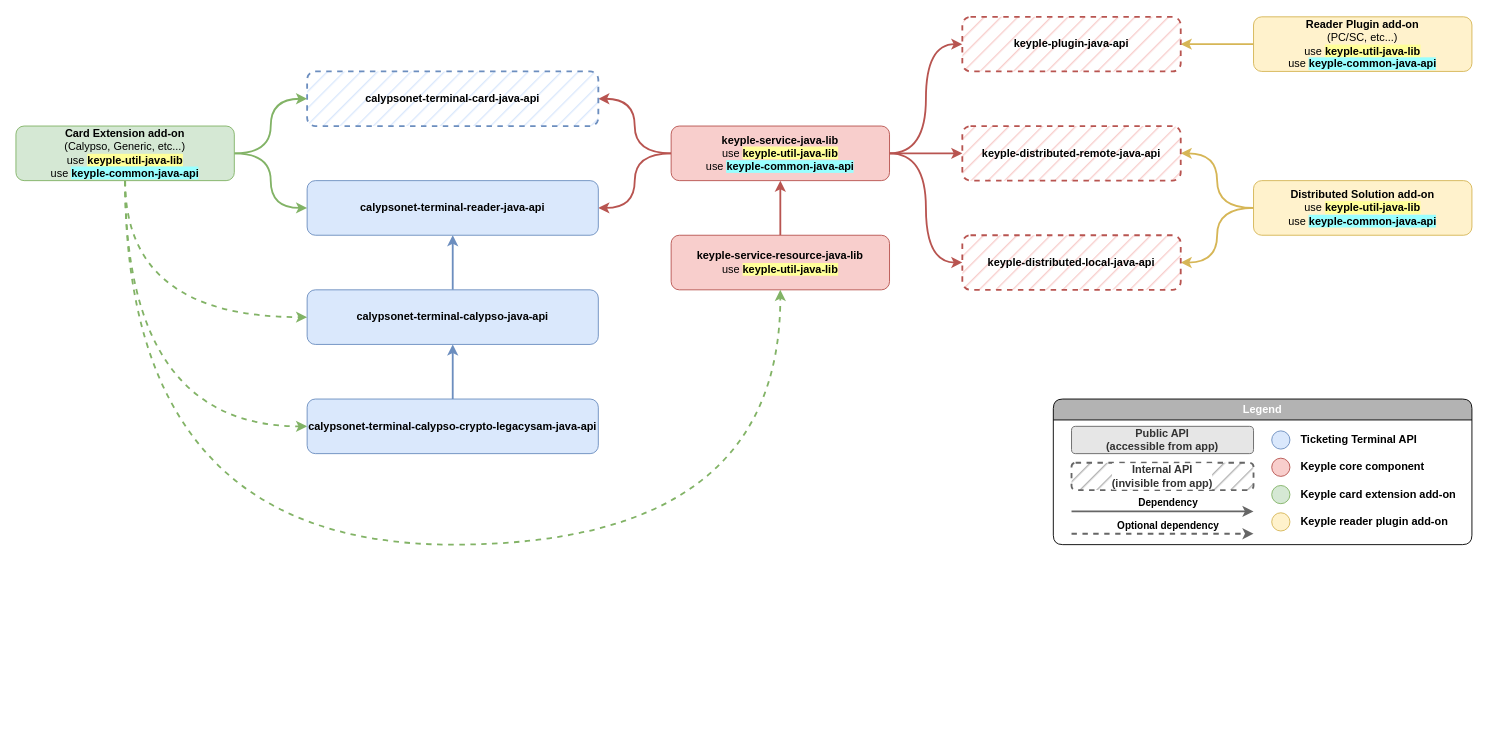
Above: static/media/learn/developer-guide/component-dependencies/component_dependencies_overview.drawio in eclipse-keyple/keyple-website (draw.io), before the change. Source tidied: cells renumbered, new cells numbered last; positions are measured from the earlier drawing's top-left corner, leaving out a move shared by most shapes. Both pictures are drawn from the tidied source at 91%, with x=0, y=0 at pixel (15, 16).
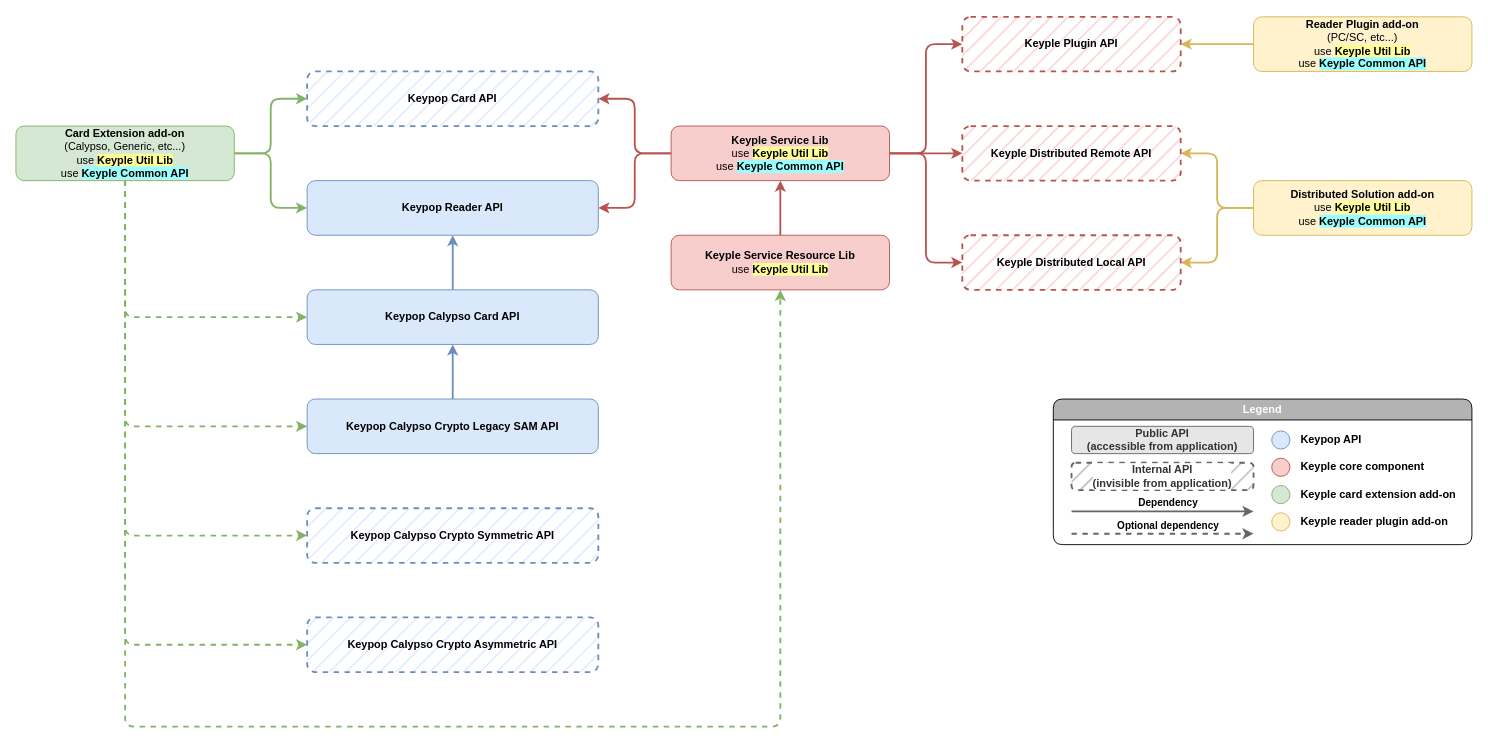
After the change.

The change refers to these unchanged cells:
```xml
<mxCell id="18" value="Legend" style="swimlane;whiteSpace=wrap;html=1;shadow=0;glass=0;labelBackgroundColor=#B3B3B3;fillStyle=auto;strokeWidth=1;fillColor=#B3B3B3;gradientColor=none;rounded=1;swimlaneFillColor=none;swimlaneLine=1;fontColor=#FFFFFF;" parent="1" vertex="1">
  <mxGeometry x="1140" y="420" width="460" height="160" as="geometry" />
</mxCell>
```

Diff of the diagram source:
```diff
@@
-    <mxCell id="3" value="&lt;b&gt;Reader Plugin add-on&lt;/b&gt;&lt;br&gt;(PC/SC, etc...)&lt;br&gt;use &lt;b style=&quot;background-color: rgb(255, 255, 153);&quot;&gt;keyple-util-java-lib&lt;/b&gt;&lt;br&gt;use &lt;b style=&quot;background-color: rgb(153, 255, 255);&quot;&gt;keyple-common-java-api&lt;/b&gt;" style="rounded=1;whiteSpace=wrap;html=1;fillColor=#fff2cc;strokeColor=#d6b656;fontStyle=0;" parent="1" vertex="1">
+    <mxCell id="3" value="&lt;b&gt;Reader Plugin add-on&lt;/b&gt;&lt;br&gt;(PC/SC, etc...)&lt;br&gt;use&amp;nbsp;&lt;b style=&quot;border-color: var(--border-color); background-color: rgb(255, 255, 153);&quot;&gt;Keyple Util Lib&lt;/b&gt;&lt;br&gt;use &lt;b style=&quot;background-color: rgb(153, 255, 255);&quot;&gt;Keyple Common API&lt;/b&gt;" style="rounded=1;whiteSpace=wrap;html=1;fillColor=#fff2cc;strokeColor=#d6b656;fontStyle=0;" parent="1" vertex="1">
       <mxGeometry x="1360" width="240" height="60" as="geometry" />
     </mxCell>
@@
-    <mxCell id="5" value="&lt;b&gt;keyple-service-resource-java-lib&lt;/b&gt;&lt;br&gt;use &lt;b style=&quot;background-color: rgb(255, 255, 153);&quot;&gt;keyple-util-java-lib&lt;/b&gt;" style="rounded=1;whiteSpace=wrap;html=1;fillColor=#f8cecc;strokeColor=#b85450;fontStyle=0;" parent="1" vertex="1">
+    <mxCell id="5" value="&lt;b&gt;Keyple Service Resource Lib&lt;/b&gt;&lt;br&gt;use&amp;nbsp;&lt;b style=&quot;border-color: var(--border-color); background-color: rgb(255, 255, 153);&quot;&gt;Keyple Util Lib&lt;/b&gt;" style="rounded=1;whiteSpace=wrap;html=1;fillColor=#f8cecc;strokeColor=#b85450;fontStyle=0;" parent="1" vertex="1">
       <mxGeometry x="720" y="240" width="240" height="60" as="geometry" />
     </mxCell>
-    <mxCell id="6" style="edgeStyle=orthogonalEdgeStyle;curved=1;jettySize=auto;html=1;exitX=1;exitY=0.5;exitDx=0;exitDy=0;entryX=0;entryY=0.5;entryDx=0;entryDy=0;strokeWidth=2;fillColor=#f8cecc;strokeColor=#b85450;" parent="1" edge="1" source="11" target="15">
+    <mxCell id="6" style="edgeStyle=orthogonalEdgeStyle;jettySize=auto;html=1;exitX=1;exitY=0.5;exitDx=0;exitDy=0;entryX=0;entryY=0.5;entryDx=0;entryDy=0;strokeWidth=2;fillColor=#f8cecc;strokeColor=#b85450;rounded=1;" parent="1" edge="1" source="11" target="15">
       <mxGeometry relative="1" as="geometry" />
     </mxCell>
@@
-    <mxCell id="8" style="edgeStyle=orthogonalEdgeStyle;curved=1;jettySize=auto;html=1;exitX=1;exitY=0.5;exitDx=0;exitDy=0;entryX=0;entryY=0.5;entryDx=0;entryDy=0;strokeWidth=2;fillColor=#f8cecc;strokeColor=#b85450;" parent="1" edge="1" source="11" target="17">
+    <mxCell id="8" style="edgeStyle=orthogonalEdgeStyle;jettySize=auto;html=1;exitX=1;exitY=0.5;exitDx=0;exitDy=0;entryX=0;entryY=0.5;entryDx=0;entryDy=0;strokeWidth=2;fillColor=#f8cecc;strokeColor=#b85450;rounded=1;" parent="1" edge="1" source="11" target="17">
       <mxGeometry relative="1" as="geometry" />
     </mxCell>
-    <mxCell id="9" style="edgeStyle=orthogonalEdgeStyle;curved=1;jettySize=auto;html=1;exitX=0;exitY=0.5;exitDx=0;exitDy=0;entryX=1;entryY=0.5;entryDx=0;entryDy=0;strokeWidth=2;fillColor=#f8cecc;strokeColor=#b85450;" parent="1" edge="1" source="11" target="38">
+    <mxCell id="9" style="edgeStyle=orthogonalEdgeStyle;jettySize=auto;html=1;exitX=0;exitY=0.5;exitDx=0;exitDy=0;entryX=1;entryY=0.5;entryDx=0;entryDy=0;strokeWidth=2;fillColor=#f8cecc;strokeColor=#b85450;rounded=1;" parent="1" edge="1" source="11" target="38">
       <mxGeometry relative="1" as="geometry" />
     </mxCell>
-    <mxCell id="10" style="edgeStyle=orthogonalEdgeStyle;curved=1;jettySize=auto;html=1;exitX=0;exitY=0.5;exitDx=0;exitDy=0;entryX=1;entryY=0.5;entryDx=0;entryDy=0;strokeWidth=2;fillColor=#f8cecc;strokeColor=#b85450;" parent="1" edge="1" source="11" target="37">
+    <mxCell id="10" style="edgeStyle=orthogonalEdgeStyle;jettySize=auto;html=1;exitX=0;exitY=0.5;exitDx=0;exitDy=0;entryX=1;entryY=0.5;entryDx=0;entryDy=0;strokeWidth=2;fillColor=#f8cecc;strokeColor=#b85450;rounded=1;" parent="1" edge="1" source="11" target="37">
       <mxGeometry relative="1" as="geometry" />
     </mxCell>
-    <mxCell id="11" value="&lt;b&gt;keyple-service-java-lib&lt;/b&gt;&lt;br&gt;use &lt;b style=&quot;background-color: rgb(255, 255, 153);&quot;&gt;keyple-util-java-lib&lt;/b&gt;&lt;br&gt;use &lt;b style=&quot;background-color: rgb(153, 255, 255);&quot;&gt;keyple-common-java-api&lt;/b&gt;" style="rounded=1;whiteSpace=wrap;html=1;fillColor=#f8cecc;strokeColor=#b85450;fontStyle=0;" parent="1" vertex="1">
+    <mxCell id="11" value="&lt;b&gt;Keyple Service Lib&lt;/b&gt;&lt;br&gt;use&amp;nbsp;&lt;b style=&quot;border-color: var(--border-color); background-color: rgb(255, 255, 153);&quot;&gt;Keyple Util Lib&lt;/b&gt;&lt;br&gt;use &lt;b style=&quot;background-color: rgb(153, 255, 255);&quot;&gt;Keyple Common API&lt;/b&gt;" style="rounded=1;whiteSpace=wrap;html=1;fillColor=#f8cecc;strokeColor=#b85450;fontStyle=0;" parent="1" vertex="1">
       <mxGeometry x="720" y="120" width="240" height="60" as="geometry" />
     </mxCell>
-    <mxCell id="12" style="edgeStyle=orthogonalEdgeStyle;curved=1;jettySize=auto;html=1;exitX=0;exitY=0.5;exitDx=0;exitDy=0;entryX=1;entryY=0.5;entryDx=0;entryDy=0;strokeWidth=2;fillColor=#fff2cc;strokeColor=#d6b656;" parent="1" edge="1" source="14" target="16">
+    <mxCell id="12" style="edgeStyle=orthogonalEdgeStyle;jettySize=auto;html=1;exitX=0;exitY=0.5;exitDx=0;exitDy=0;entryX=1;entryY=0.5;entryDx=0;entryDy=0;strokeWidth=2;fillColor=#fff2cc;strokeColor=#d6b656;rounded=1;" parent="1" edge="1" source="14" target="16">
       <mxGeometry relative="1" as="geometry" />
     </mxCell>
-    <mxCell id="13" style="edgeStyle=orthogonalEdgeStyle;jettySize=auto;html=1;exitX=0;exitY=0.5;exitDx=0;exitDy=0;entryX=1;entryY=0.5;entryDx=0;entryDy=0;curved=1;fillColor=#fff2cc;strokeColor=#d6b656;strokeWidth=2;" parent="1" edge="1" source="14" target="17">
+    <mxCell id="13" style="edgeStyle=orthogonalEdgeStyle;jettySize=auto;html=1;exitX=0;exitY=0.5;exitDx=0;exitDy=0;entryX=1;entryY=0.5;entryDx=0;entryDy=0;fillColor=#fff2cc;strokeColor=#d6b656;strokeWidth=2;rounded=1;" parent="1" edge="1" source="14" target="17">
       <mxGeometry relative="1" as="geometry" />
     </mxCell>
-    <mxCell id="14" value="&lt;b&gt;Distributed Solution add-on&lt;/b&gt;&lt;br&gt;use &lt;b style=&quot;background-color: rgb(255, 255, 153);&quot;&gt;keyple-util-java-lib&lt;/b&gt;&lt;br&gt;use &lt;b style=&quot;background-color: rgb(153, 255, 255);&quot;&gt;keyple-common-java-api&lt;/b&gt;" style="rounded=1;whiteSpace=wrap;html=1;fillColor=#fff2cc;strokeColor=#d6b656;fontStyle=0;" parent="1" vertex="1">
+    <mxCell id="14" value="&lt;b&gt;Distributed Solution add-on&lt;/b&gt;&lt;br&gt;use&amp;nbsp;&lt;b style=&quot;border-color: var(--border-color); background-color: rgb(255, 255, 153);&quot;&gt;Keyple Util Lib&lt;/b&gt;&lt;br&gt;use &lt;b style=&quot;background-color: rgb(153, 255, 255);&quot;&gt;Keyple Common API&lt;/b&gt;" style="rounded=1;whiteSpace=wrap;html=1;fillColor=#fff2cc;strokeColor=#d6b656;fontStyle=0;" parent="1" vertex="1">
       <mxGeometry x="1360" y="180" width="240" height="60" as="geometry" />
     </mxCell>
-    <mxCell id="15" value="keyple-plugin-java-api" style="rounded=1;whiteSpace=wrap;html=1;fillColor=#f8cecc;strokeColor=#b85450;fontStyle=1;dashed=1;fillStyle=hatch;glass=0;shadow=0;perimeterSpacing=0;strokeWidth=2;" parent="1" vertex="1">
+    <mxCell id="15" value="Keyple Plugin API" style="rounded=1;whiteSpace=wrap;html=1;fillColor=#f8cecc;strokeColor=#b85450;fontStyle=1;dashed=1;fillStyle=hatch;glass=0;shadow=0;perimeterSpacing=0;strokeWidth=2;" parent="1" vertex="1">
       <mxGeometry x="1040" width="240" height="60" as="geometry" />
     </mxCell>
-    <mxCell id="16" value="keyple-distributed-remote-java-api" style="rounded=1;whiteSpace=wrap;html=1;fillColor=#f8cecc;strokeColor=#b85450;fontStyle=1;dashed=1;strokeWidth=2;fillStyle=hatch;" parent="1" vertex="1">
+    <mxCell id="16" value="Keyple Distributed Remote API" style="rounded=1;whiteSpace=wrap;html=1;fillColor=#f8cecc;strokeColor=#b85450;fontStyle=1;dashed=1;strokeWidth=2;fillStyle=hatch;" parent="1" vertex="1">
       <mxGeometry x="1040" y="120" width="240" height="60" as="geometry" />
     </mxCell>
-    <mxCell id="17" value="keyple-distributed-local-java-api" style="rounded=1;whiteSpace=wrap;html=1;fillColor=#f8cecc;strokeColor=#b85450;fontStyle=1;dashed=1;strokeWidth=2;fillStyle=hatch;" parent="1" vertex="1">
+    <mxCell id="17" value="Keyple Distributed Local API" style="rounded=1;whiteSpace=wrap;html=1;fillColor=#f8cecc;strokeColor=#b85450;fontStyle=1;dashed=1;strokeWidth=2;fillStyle=hatch;" parent="1" vertex="1">
       <mxGeometry x="1040" y="240" width="240" height="60" as="geometry" />
     </mxCell>
@@
-    <mxCell id="21" value="Public API&lt;br&gt;(accessible from app)" style="rounded=1;whiteSpace=wrap;html=1;fillColor=#E6E6E6;strokeColor=#666666;fontStyle=1;strokeWidth=1;fillStyle=auto;fontColor=#333333;gradientColor=none;labelBackgroundColor=none;" parent="18" vertex="1">
+    <mxCell id="21" value="Public API&lt;br&gt;(accessible from application)" style="rounded=1;whiteSpace=wrap;html=1;fillColor=#E6E6E6;strokeColor=#666666;fontStyle=1;strokeWidth=1;fillStyle=auto;fontColor=#333333;gradientColor=none;labelBackgroundColor=none;" parent="18" vertex="1">
       <mxGeometry x="20" y="30" width="200" height="30" as="geometry" />
     </mxCell>
-    <mxCell id="22" value="Internal API&lt;br&gt;(invisible from app)" style="rounded=1;whiteSpace=wrap;html=1;fillColor=#B3B3B3;strokeColor=#666666;fontStyle=1;strokeWidth=2;fillStyle=hatch;fontColor=#333333;gradientColor=none;dashed=1;labelBackgroundColor=default;" parent="18" vertex="1">
+    <mxCell id="22" value="Internal API&lt;br&gt;(invisible from application)" style="rounded=1;whiteSpace=wrap;html=1;fillColor=#B3B3B3;strokeColor=#666666;fontStyle=1;strokeWidth=2;fillStyle=hatch;fontColor=#333333;gradientColor=none;dashed=1;labelBackgroundColor=default;" parent="18" vertex="1">
       <mxGeometry x="20" y="70" width="200" height="30" as="geometry" />
     </mxCell>
@@
-    <mxCell id="24" value="Ticketing Terminal API" style="text;html=1;strokeColor=none;fillColor=none;align=left;verticalAlign=middle;whiteSpace=wrap;rounded=0;strokeWidth=1;fontStyle=1;" parent="18" vertex="1">
+    <mxCell id="24" value="Keypop API" style="text;html=1;strokeColor=none;fillColor=none;align=left;verticalAlign=middle;whiteSpace=wrap;rounded=0;strokeWidth=1;fontStyle=1;" parent="18" vertex="1">
       <mxGeometry x="270" y="30" width="180" height="30" as="geometry" />
     </mxCell>
@@
-    <mxCell id="34" value="calypsonet-terminal-calypso-crypto-legacysam-java-api" style="rounded=1;whiteSpace=wrap;html=1;fillColor=#dae8fc;strokeColor=#6c8ebf;fontStyle=1;" parent="1" vertex="1">
+    <mxCell id="34" value="Keypop Calypso Crypto Legacy SAM API" style="rounded=1;whiteSpace=wrap;html=1;fillColor=#dae8fc;strokeColor=#6c8ebf;fontStyle=1;" parent="1" vertex="1">
       <mxGeometry x="320" y="420" width="320" height="60" as="geometry" />
     </mxCell>
@@
-    <mxCell id="36" value="calypsonet-terminal-calypso-java-api" style="rounded=1;whiteSpace=wrap;html=1;fillColor=#dae8fc;strokeColor=#6c8ebf;fontStyle=1;" parent="1" vertex="1">
+    <mxCell id="36" value="Keypop Calypso Card API" style="rounded=1;whiteSpace=wrap;html=1;fillColor=#dae8fc;strokeColor=#6c8ebf;fontStyle=1;" parent="1" vertex="1">
       <mxGeometry x="320" y="300" width="320" height="60" as="geometry" />
     </mxCell>
-    <mxCell id="37" value="calypsonet-terminal-reader-java-api" style="rounded=1;whiteSpace=wrap;html=1;fillColor=#dae8fc;strokeColor=#6c8ebf;fontStyle=1;" parent="1" vertex="1">
+    <mxCell id="37" value="Keypop Reader API" style="rounded=1;whiteSpace=wrap;html=1;fillColor=#dae8fc;strokeColor=#6c8ebf;fontStyle=1;" parent="1" vertex="1">
       <mxGeometry x="320" y="180" width="320" height="60" as="geometry" />
     </mxCell>
-    <mxCell id="38" value="calypsonet-terminal-card-java-api" style="rounded=1;whiteSpace=wrap;html=1;fillColor=#dae8fc;strokeColor=#6c8ebf;fontStyle=1;dashed=1;fillStyle=hatch;gradientColor=none;strokeWidth=2;" parent="1" vertex="1">
+    <mxCell id="38" value="Keypop Card API" style="rounded=1;whiteSpace=wrap;html=1;fillColor=#dae8fc;strokeColor=#6c8ebf;fontStyle=1;dashed=1;fillStyle=hatch;gradientColor=none;strokeWidth=2;" parent="1" vertex="1">
       <mxGeometry x="320" y="60" width="320" height="60" as="geometry" />
     </mxCell>
-    <mxCell id="39" style="edgeStyle=orthogonalEdgeStyle;curved=1;jettySize=auto;html=1;exitX=1;exitY=0.5;exitDx=0;exitDy=0;entryX=0;entryY=0.5;entryDx=0;entryDy=0;strokeWidth=2;fillColor=#d5e8d4;strokeColor=#82b366;" parent="1" edge="1" source="44" target="38">
+    <mxCell id="39" style="edgeStyle=orthogonalEdgeStyle;jettySize=auto;html=1;exitX=1;exitY=0.5;exitDx=0;exitDy=0;entryX=0;entryY=0.5;entryDx=0;entryDy=0;strokeWidth=2;fillColor=#d5e8d4;strokeColor=#82b366;rounded=1;" parent="1" edge="1" source="44" target="38">
       <mxGeometry relative="1" as="geometry" />
     </mxCell>
-    <mxCell id="40" style="edgeStyle=orthogonalEdgeStyle;curved=1;jettySize=auto;html=1;exitX=1;exitY=0.5;exitDx=0;exitDy=0;entryX=0;entryY=0.5;entryDx=0;entryDy=0;strokeWidth=2;fillColor=#d5e8d4;strokeColor=#82b366;" parent="1" edge="1" source="44" target="37">
+    <mxCell id="40" style="edgeStyle=orthogonalEdgeStyle;jettySize=auto;html=1;exitX=1;exitY=0.5;exitDx=0;exitDy=0;entryX=0;entryY=0.5;entryDx=0;entryDy=0;strokeWidth=2;fillColor=#d5e8d4;strokeColor=#82b366;rounded=1;" parent="1" edge="1" source="44" target="37">
       <mxGeometry relative="1" as="geometry" />
     </mxCell>
-    <mxCell id="41" style="edgeStyle=orthogonalEdgeStyle;curved=1;jettySize=auto;html=1;exitX=0.5;exitY=1;exitDx=0;exitDy=0;entryX=0;entryY=0.5;entryDx=0;entryDy=0;strokeWidth=2;fillColor=#d5e8d4;strokeColor=#82b366;dashed=1;" parent="1" edge="1" source="44" target="36">
+    <mxCell id="41" style="edgeStyle=orthogonalEdgeStyle;jettySize=auto;html=1;exitX=0.5;exitY=1;exitDx=0;exitDy=0;entryX=0;entryY=0.5;entryDx=0;entryDy=0;strokeWidth=2;fillColor=#d5e8d4;strokeColor=#82b366;dashed=1;rounded=1;" parent="1" edge="1" source="44" target="36">
       <mxGeometry relative="1" as="geometry" />
     </mxCell>
-    <mxCell id="42" style="edgeStyle=orthogonalEdgeStyle;curved=1;jettySize=auto;html=1;exitX=0.5;exitY=1;exitDx=0;exitDy=0;entryX=0;entryY=0.5;entryDx=0;entryDy=0;dashed=1;strokeWidth=2;fillColor=#d5e8d4;strokeColor=#82b366;" parent="1" edge="1" source="44" target="34">
+    <mxCell id="42" style="edgeStyle=orthogonalEdgeStyle;jettySize=auto;html=1;exitX=0.5;exitY=1;exitDx=0;exitDy=0;entryX=0;entryY=0.5;entryDx=0;entryDy=0;dashed=1;strokeWidth=2;fillColor=#d5e8d4;strokeColor=#82b366;rounded=1;" parent="1" edge="1" source="44" target="34">
       <mxGeometry relative="1" as="geometry" />
     </mxCell>
-    <mxCell id="43" style="edgeStyle=orthogonalEdgeStyle;curved=1;jettySize=auto;html=1;exitX=0.5;exitY=1;exitDx=0;exitDy=0;entryX=0.5;entryY=1;entryDx=0;entryDy=0;dashed=1;strokeWidth=2;fillColor=#d5e8d4;strokeColor=#82b366;" parent="1" edge="1" source="44" target="5">
+    <mxCell id="43" style="edgeStyle=orthogonalEdgeStyle;jettySize=auto;html=1;exitX=0.5;exitY=1;exitDx=0;exitDy=0;entryX=0.5;entryY=1;entryDx=0;entryDy=0;dashed=1;strokeWidth=2;fillColor=#d5e8d4;strokeColor=#82b366;rounded=1;" parent="1" edge="1" source="44" target="5">
       <mxGeometry relative="1" as="geometry">
         <Array as="points">
-          <mxPoint x="120" y="580" />
-          <mxPoint x="840" y="580" />
+          <mxPoint x="120" y="780" />
+          <mxPoint x="840" y="780" />
         </Array>
       </mxGeometry>
     </mxCell>
-    <mxCell id="44" value="&lt;b&gt;Card Extension add-on&lt;/b&gt;&lt;br&gt;(Calypso, Generic, etc...)&lt;br&gt;use &lt;b style=&quot;background-color: rgb(255, 255, 153);&quot;&gt;keyple-util-java-lib&lt;/b&gt;&lt;br&gt;use &lt;b style=&quot;background-color: rgb(153, 255, 255);&quot;&gt;keyple-common-java-api&lt;/b&gt;" style="rounded=1;whiteSpace=wrap;html=1;fillColor=#d5e8d4;strokeColor=#82b366;fontStyle=0;" parent="1" vertex="1">
+    <mxCell id="44" value="&lt;b&gt;Card Extension add-on&lt;/b&gt;&lt;br&gt;(Calypso, Generic, etc...)&lt;br&gt;use &lt;b style=&quot;background-color: rgb(255, 255, 153);&quot;&gt;Keyple Util Lib&lt;/b&gt;&lt;br&gt;use &lt;span style=&quot;background-color: rgb(153, 255, 255);&quot;&gt;&lt;b&gt;Keyple Common API&lt;/b&gt;&lt;/span&gt;" style="rounded=1;whiteSpace=wrap;html=1;fillColor=#d5e8d4;strokeColor=#82b366;fontStyle=0;" parent="1" vertex="1">
       <mxGeometry y="120" width="240" height="60" as="geometry" />
     </mxCell>
+    <mxCell id="45" value="Keypop Calypso Crypto Symmetric API" style="rounded=1;whiteSpace=wrap;html=1;fillColor=#dae8fc;strokeColor=#6c8ebf;fontStyle=1;dashed=1;fillStyle=hatch;gradientColor=none;strokeWidth=2;" parent="1" vertex="1">
+      <mxGeometry x="320" y="540" width="320" height="60" as="geometry" />
+    </mxCell>
+    <mxCell id="46" value="Keypop Calypso Crypto Asymmetric API" style="rounded=1;whiteSpace=wrap;html=1;fillColor=#dae8fc;strokeColor=#6c8ebf;fontStyle=1;dashed=1;fillStyle=hatch;gradientColor=none;strokeWidth=2;" parent="1" vertex="1">
+      <mxGeometry x="320" y="660" width="320" height="60" as="geometry" />
+    </mxCell>
+    <mxCell id="47" style="edgeStyle=orthogonalEdgeStyle;jettySize=auto;html=1;exitX=0.5;exitY=1;exitDx=0;exitDy=0;entryX=0;entryY=0.5;entryDx=0;entryDy=0;dashed=1;strokeWidth=2;fillColor=#d5e8d4;strokeColor=#82b366;rounded=1;" parent="1" edge="1" source="44" target="45">
+      <mxGeometry relative="1" as="geometry" />
+    </mxCell>
+    <mxCell id="48" style="edgeStyle=orthogonalEdgeStyle;jettySize=auto;html=1;exitX=0.5;exitY=1;exitDx=0;exitDy=0;entryX=0;entryY=0.5;entryDx=0;entryDy=0;dashed=1;strokeWidth=2;fillColor=#d5e8d4;strokeColor=#82b366;rounded=1;" parent="1" edge="1" source="44" target="46">
+      <mxGeometry relative="1" as="geometry" />
+    </mxCell>
```
